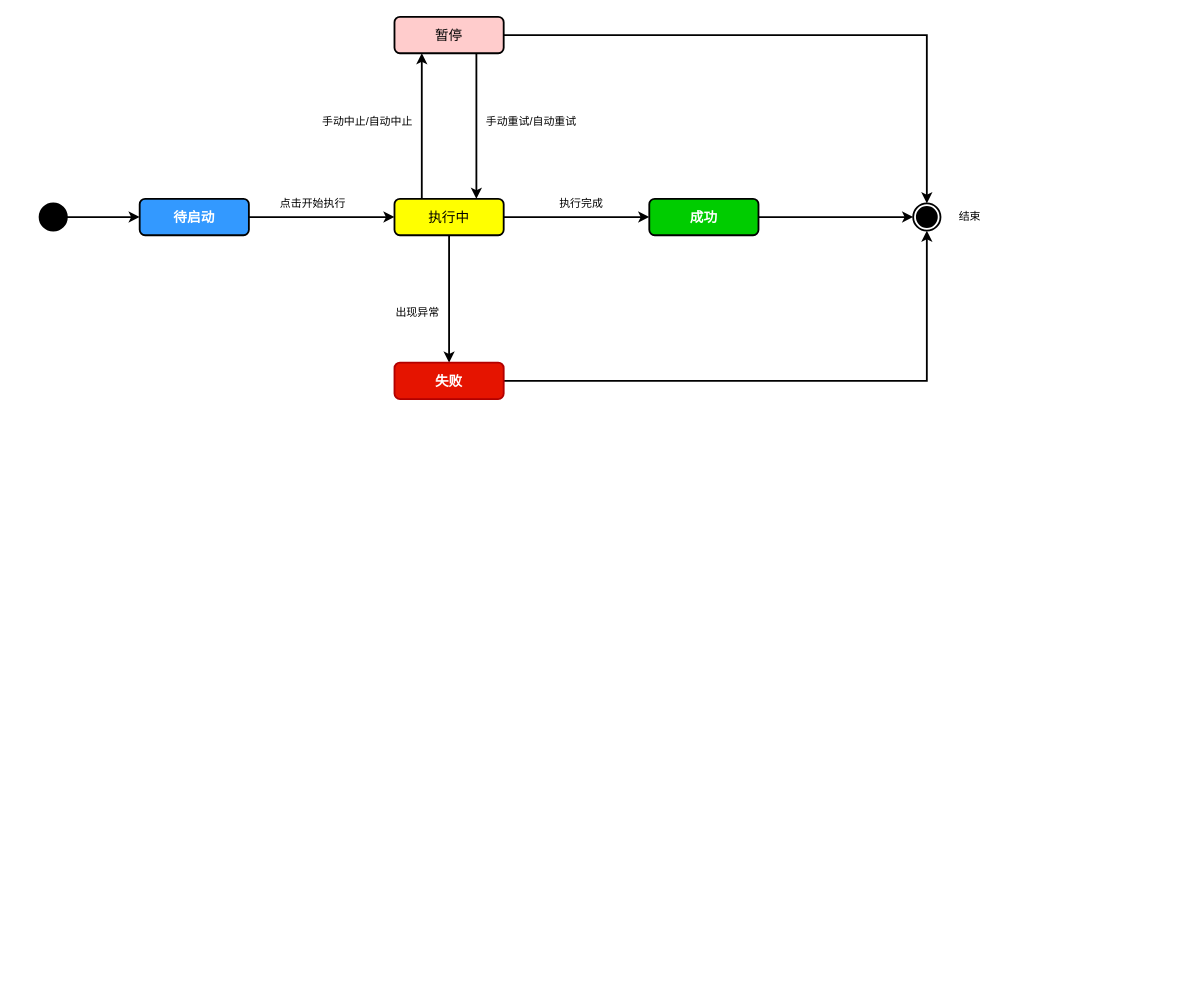
Above: 回溯任务状态机.drawio in 999V/draw (draw.io), before the change. Source tidied: cells renumbered, new cells numbered last; positions are measured from the earlier drawing's top-left corner, leaving out a move shared by most shapes. Both pictures are drawn from the tidied source at 91%, with x=0, y=0 at pixel (39, 16).
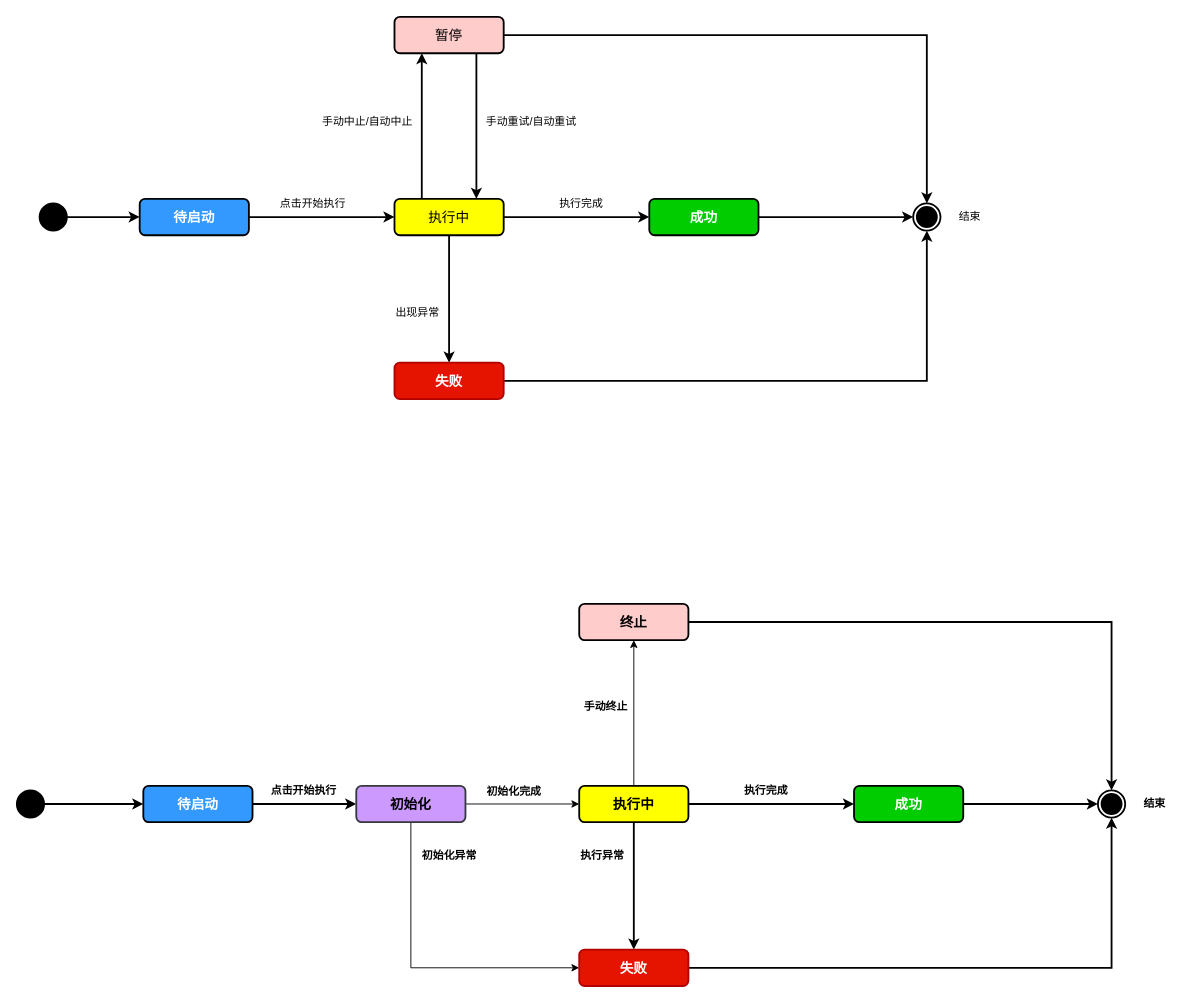
After the change.

Commit message:
更新回溯任务状态机.drawio

Diff of the diagram source:
```diff
@@
+    <mxCell id="24" style="edgeStyle=orthogonalEdgeStyle;rounded=0;jettySize=auto;html=1;exitX=1;exitY=0.5;exitDx=0;exitDy=0;entryX=0;entryY=0.5;entryDx=0;entryDy=0;fontSize=15;strokeWidth=2;fontStyle=1;" parent="1" edge="1" source="25" target="28">
+      <mxGeometry relative="1" as="geometry" />
+    </mxCell>
+    <mxCell id="25" style="shape=ellipse;html=1;dashed=0;whiteSpace=wrap;strokeWidth=2;perimeter=ellipsePerimeter;fillColor=#000000;fontSize=15;fontStyle=1;" parent="1" vertex="1">
+      <mxGeometry x="-25" y="850" width="30" height="30" as="geometry" />
+    </mxCell>
+    <mxCell id="26" style="ellipse;html=1;shape=endState;fillColor=strokeColor;fontSize=15;strokeWidth=2;fontStyle=1;" parent="1" vertex="1">
+      <mxGeometry x="1163" y="850" width="30" height="30" as="geometry" />
+    </mxCell>
+    <mxCell id="27" style="edgeStyle=orthogonalEdgeStyle;rounded=0;jettySize=auto;html=1;exitX=1;exitY=0.5;exitDx=0;exitDy=0;entryX=0;entryY=0.5;entryDx=0;entryDy=0;fontSize=15;strokeWidth=2;fontStyle=1;" parent="1" edge="1" source="28" target="45">
+      <mxGeometry relative="1" as="geometry" />
+    </mxCell>
+    <mxCell id="28" value="待启动" style="rounded=1;whiteSpace=wrap;html=1;fillColor=#3399FF;fontSize=15;strokeWidth=2;fontStyle=1;labelBackgroundColor=none;fontColor=#FFFFFF;" parent="1" vertex="1">
+      <mxGeometry x="114" y="845" width="120" height="40" as="geometry" />
+    </mxCell>
+    <mxCell id="29" style="edgeStyle=orthogonalEdgeStyle;rounded=0;jettySize=auto;html=1;exitX=1;exitY=0.5;exitDx=0;exitDy=0;entryX=0;entryY=0.5;entryDx=0;entryDy=0;strokeWidth=2;fontStyle=1;" parent="1" edge="1" source="32" target="34">
+      <mxGeometry relative="1" as="geometry" />
+    </mxCell>
+    <mxCell id="30" style="edgeStyle=orthogonalEdgeStyle;rounded=0;jettySize=auto;html=1;exitX=0.5;exitY=1;exitDx=0;exitDy=0;entryX=0.5;entryY=0;entryDx=0;entryDy=0;strokeWidth=2;fontStyle=1;" parent="1" edge="1" source="32" target="36">
+      <mxGeometry relative="1" as="geometry" />
+    </mxCell>
+    <mxCell id="31" style="edgeStyle=orthogonalEdgeStyle;rounded=0;jettySize=auto;html=1;exitX=0.5;exitY=0;exitDx=0;exitDy=0;entryX=0.5;entryY=1;entryDx=0;entryDy=0;fontStyle=1;" parent="1" edge="1" source="32" target="37">
+      <mxGeometry relative="1" as="geometry" />
+    </mxCell>
+    <mxCell id="32" value="&lt;span style=&quot;&quot;&gt;执行中&lt;/span&gt;" style="rounded=1;whiteSpace=wrap;html=1;fillColor=#FFFF00;fontSize=15;strokeWidth=2;fontStyle=1;labelBackgroundColor=none;fontColor=#000000;" parent="1" vertex="1">
+      <mxGeometry x="593" y="845" width="120" height="40" as="geometry" />
+    </mxCell>
+    <mxCell id="33" style="edgeStyle=orthogonalEdgeStyle;rounded=0;jettySize=auto;html=1;exitX=1;exitY=0.5;exitDx=0;exitDy=0;entryX=0;entryY=0.5;entryDx=0;entryDy=0;fontSize=15;strokeWidth=2;fontStyle=1;" parent="1" edge="1" source="34" target="26">
+      <mxGeometry relative="1" as="geometry" />
+    </mxCell>
+    <mxCell id="34" value="成功" style="rounded=1;whiteSpace=wrap;html=1;fillColor=#00CC00;fontSize=15;strokeWidth=2;fontStyle=1;labelBackgroundColor=none;fontColor=#FFFFFF;" parent="1" vertex="1">
+      <mxGeometry x="895" y="845" width="120" height="40" as="geometry" />
+    </mxCell>
+    <mxCell id="35" style="edgeStyle=orthogonalEdgeStyle;rounded=0;jettySize=auto;html=1;exitX=1;exitY=0.5;exitDx=0;exitDy=0;entryX=0.5;entryY=1;entryDx=0;entryDy=0;strokeWidth=2;fontStyle=1;" parent="1" edge="1" source="36" target="26">
+      <mxGeometry relative="1" as="geometry" />
+    </mxCell>
+    <mxCell id="36" value="失败" style="rounded=1;whiteSpace=wrap;html=1;fillColor=#e51400;fontSize=15;fontColor=#FFFFFF;strokeColor=#B20000;strokeWidth=2;fontStyle=1;labelBackgroundColor=none;" parent="1" vertex="1">
+      <mxGeometry x="593" y="1025" width="120" height="40" as="geometry" />
+    </mxCell>
+    <mxCell id="37" value="终止" style="rounded=1;whiteSpace=wrap;html=1;fillColor=#FFCCCC;fontSize=15;strokeWidth=2;fontStyle=1;labelBackgroundColor=none;fontColor=#000000;" parent="1" vertex="1">
+      <mxGeometry x="593" y="645" width="120" height="40" as="geometry" />
+    </mxCell>
+    <mxCell id="38" style="edgeStyle=orthogonalEdgeStyle;rounded=0;jettySize=auto;html=1;exitX=1;exitY=0.5;exitDx=0;exitDy=0;entryX=0.5;entryY=0;entryDx=0;entryDy=0;fontSize=15;strokeWidth=2;fontStyle=1;" parent="1" edge="1" source="37" target="26">
+      <mxGeometry relative="1" as="geometry" />
+    </mxCell>
+    <mxCell id="39" value="点击开始执行" style="text;html=1;align=center;verticalAlign=middle;strokeColor=none;fillColor=none;strokeWidth=2;fontStyle=1;" parent="1" vertex="1">
+      <mxGeometry x="245" y="837" width="90" height="26" as="geometry" />
+    </mxCell>
+    <mxCell id="40" value="执行完成" style="text;html=1;align=center;verticalAlign=middle;strokeColor=none;fillColor=none;strokeWidth=2;fontStyle=1;" parent="1" vertex="1">
+      <mxGeometry x="765" y="837" width="66" height="26" as="geometry" />
+    </mxCell>
+    <mxCell id="41" value="执行异常" style="text;html=1;align=center;verticalAlign=middle;strokeColor=none;fillColor=none;strokeWidth=2;fontStyle=1;" parent="1" vertex="1">
+      <mxGeometry x="585" y="909" width="66" height="26" as="geometry" />
+    </mxCell>
+    <mxCell id="42" value="结束" style="text;html=1;align=center;verticalAlign=middle;strokeColor=none;fillColor=none;fontStyle=1;" parent="1" vertex="1">
+      <mxGeometry x="1204" y="852" width="42" height="26" as="geometry" />
+    </mxCell>
+    <mxCell id="43" style="edgeStyle=orthogonalEdgeStyle;rounded=0;jettySize=auto;html=1;exitX=1;exitY=0.5;exitDx=0;exitDy=0;entryX=0;entryY=0.5;entryDx=0;entryDy=0;fontStyle=1;" parent="1" edge="1" source="45" target="32">
+      <mxGeometry relative="1" as="geometry" />
+    </mxCell>
+    <mxCell id="44" style="edgeStyle=orthogonalEdgeStyle;rounded=0;jettySize=auto;html=1;exitX=0.5;exitY=1;exitDx=0;exitDy=0;entryX=0;entryY=0.5;entryDx=0;entryDy=0;fontStyle=1;" parent="1" edge="1" source="45" target="36">
+      <mxGeometry relative="1" as="geometry" />
+    </mxCell>
+    <mxCell id="45" value="&lt;span style=&quot;&quot;&gt;初始化&lt;/span&gt;" style="rounded=1;whiteSpace=wrap;html=1;fillColor=#CC99FF;fontSize=15;strokeWidth=2;fontStyle=1;labelBackgroundColor=none;strokeColor=#36393d;" parent="1" vertex="1">
+      <mxGeometry x="348" y="845" width="120" height="40" as="geometry" />
+    </mxCell>
+    <mxCell id="46" value="初始化完成" style="text;html=1;align=center;verticalAlign=middle;strokeColor=none;fillColor=none;fontStyle=1;" parent="1" vertex="1">
+      <mxGeometry x="482" y="839" width="78" height="26" as="geometry" />
+    </mxCell>
+    <mxCell id="47" value="手动终止" style="text;html=1;align=center;verticalAlign=middle;strokeColor=none;fillColor=none;fontStyle=1;" parent="1" vertex="1">
+      <mxGeometry x="589" y="745" width="66" height="26" as="geometry" />
+    </mxCell>
+    <mxCell id="48" value="初始化异常" style="text;html=1;align=center;verticalAlign=middle;strokeColor=none;fillColor=none;strokeWidth=2;fontStyle=1;" parent="1" vertex="1">
+      <mxGeometry x="411" y="909" width="78" height="26" as="geometry" />
+    </mxCell>
```
